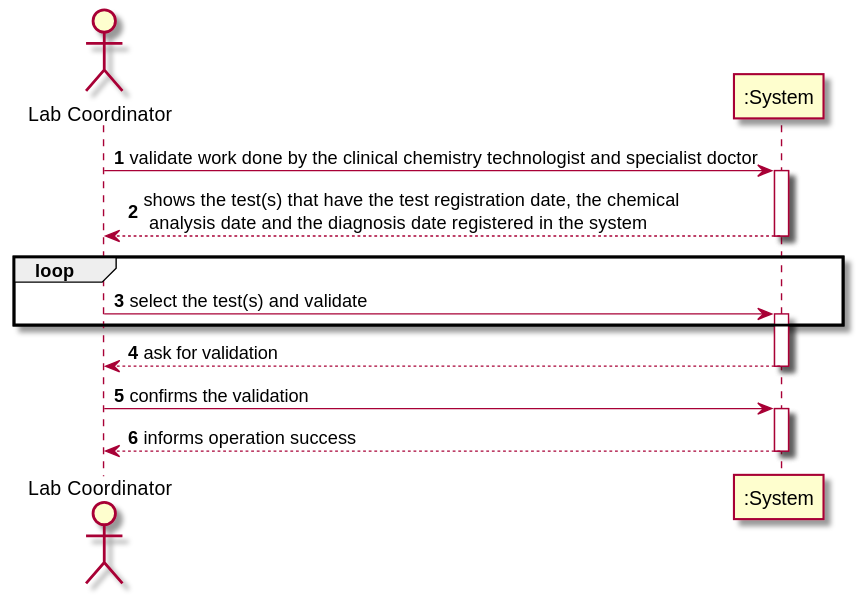
The PlantUML diagram docs/SprintD/US15/UC15_SSD.svg in GuilhermeCunha79/lapr2, before a commit. The source it was exported from:
```plantuml
@startuml

autonumber

actor "Lab Coordinator" as LABC

participant ":System" as SYSTEM

LABC -> SYSTEM : validate work done by the clinical chemistry technologist and specialist doctor
activate SYSTEM
SYSTEM --> LABC : shows the test(s) that have the test registration date, the chemical\n analysis date and the diagnosis date registered in the system
deactivate SYSTEM

loop
LABC -> SYSTEM : select the test(s) and validate
activate SYSTEM
end

SYSTEM --> LABC : ask for validation
deactivate SYSTEM

LABC -> SYSTEM : confirms the validation
activate SYSTEM
SYSTEM --> LABC : informs operation success
deactivate SYSTEM


@enduml
```
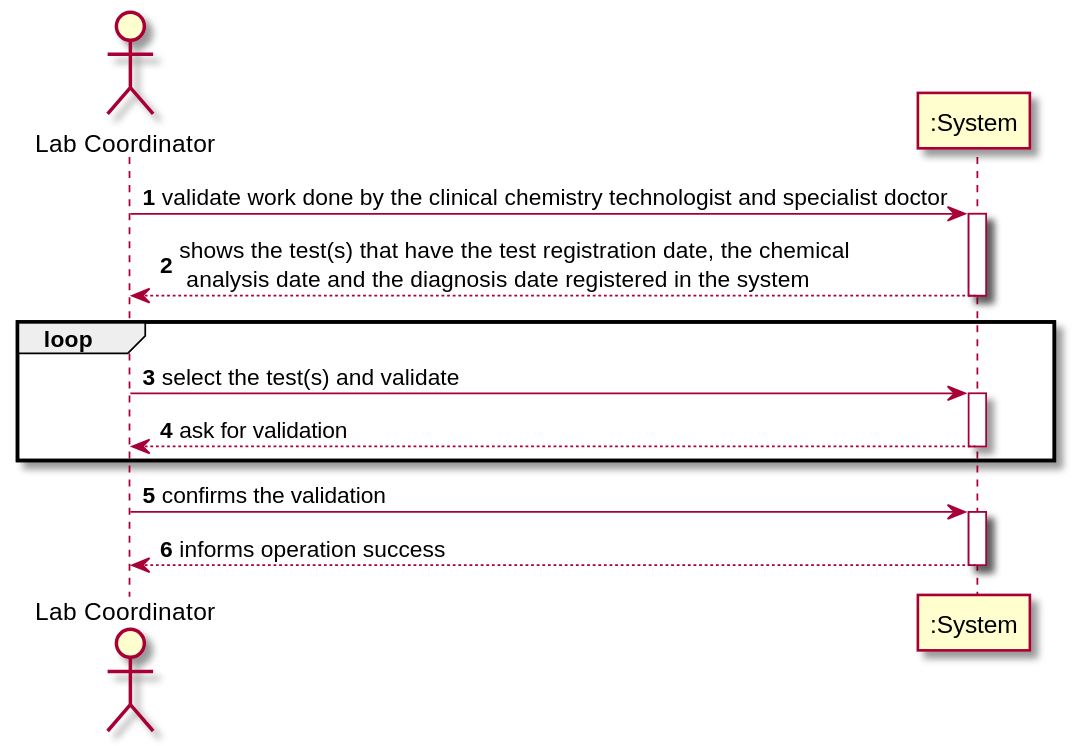
Above is the later version.

Commit message:
Update of the SD diagram [US-02] [Requirements Engineering]

Diff of the diagram source:
```diff
@@ -14,11 +14,11 @@
 loop
 LABC -> SYSTEM : select the test(s) and validate
 activate SYSTEM
-end
+
 
 SYSTEM --> LABC : ask for validation
 deactivate SYSTEM
-
+end
 LABC -> SYSTEM : confirms the validation
 activate SYSTEM
 SYSTEM --> LABC : informs operation success
```
